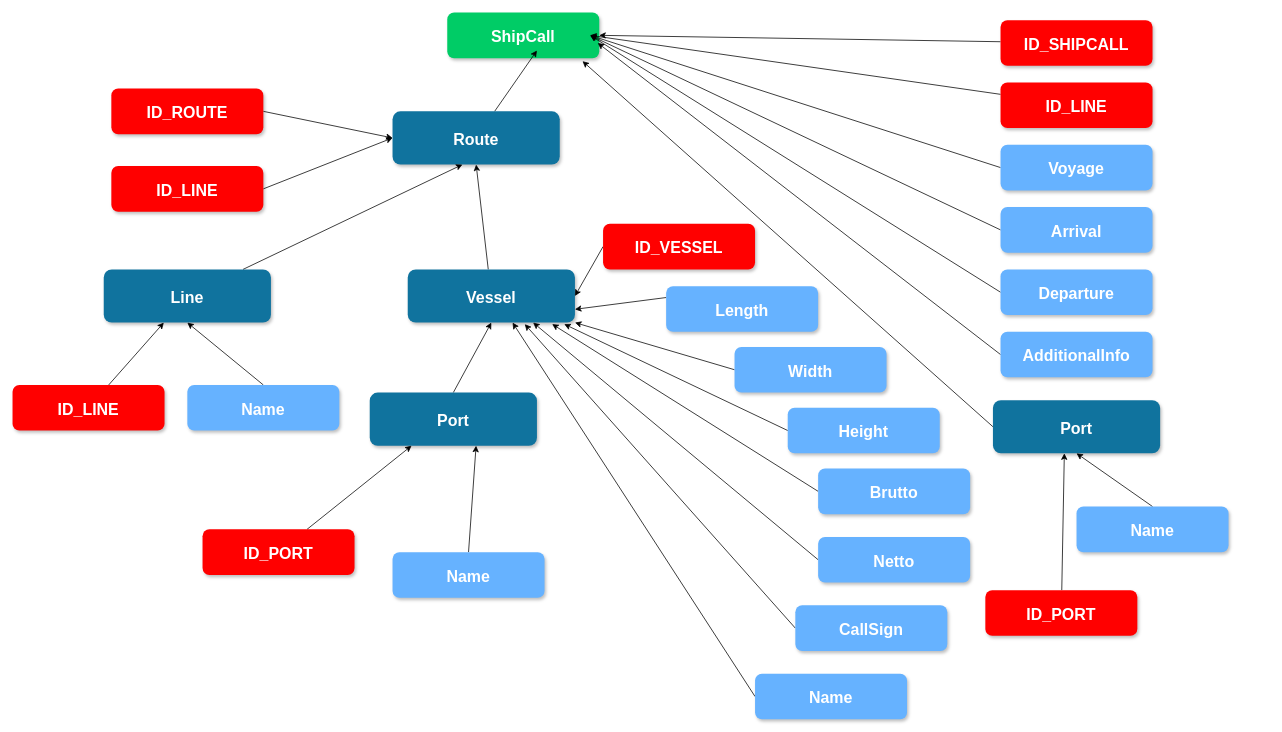
Earlier version of the draw.io diagram htdocs/class_tree.drawio (Leksiqq/DtoKit). Source tidied: cells renumbered, new cells numbered last; positions are measured from the earlier drawing's top-left corner, leaving out a move shared by most shapes. Both pictures are drawn from the tidied source at 76%, with x=0, y=0 at pixel (12, 12).
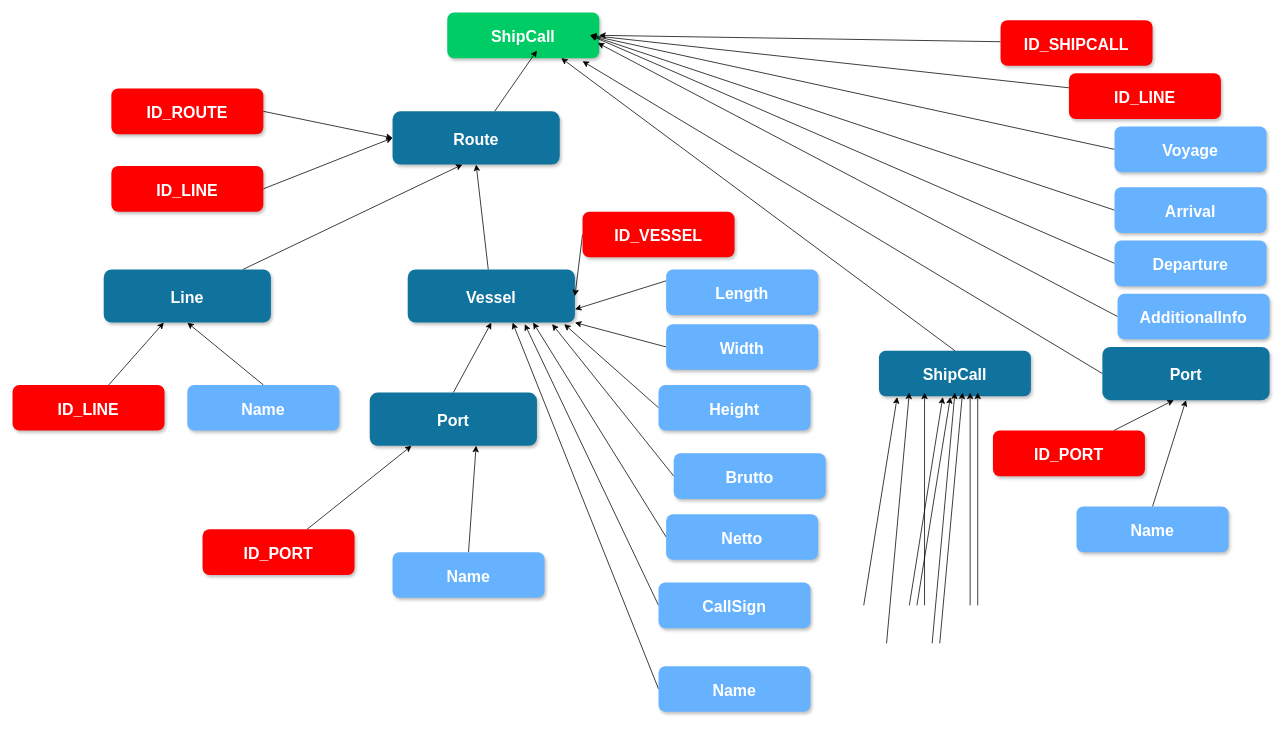
After the change.

Unchanged cells that the change refers to:
```xml
<mxCell id="2" value="ShipCall" style="rounded=1;fillColor=#00CC66;strokeColor=none;shadow=1;gradientColor=none;fontStyle=1;fontColor=#FFFFFF;fontSize=21&#10;;" parent="1" vertex="1">
  <mxGeometry x="572" width="200" height="60" as="geometry" />
</mxCell>
```

The edit, as a diff of the source:
```diff
@@
     <mxCell id="8" value="ID_LINE" style="rounded=1;fillColor=red&#10;;strokeColor=none;shadow=1;gradientColor=none;fontStyle=1;fontColor=#FFFFFF;fontSize=21&#10;;" parent="1" vertex="1">
-      <mxGeometry x="1300" y="92" width="200" height="60" as="geometry" />
+      <mxGeometry x="1390" y="80" width="200" height="60" as="geometry" />
     </mxCell>
@@
     <mxCell id="10" value="Voyage" style="rounded=1;fillColor=#66B2FF;strokeColor=none;shadow=1;gradientColor=none;fontStyle=1;fontColor=#FFFFFF;fontSize=21&#10;;" parent="1" vertex="1">
-      <mxGeometry x="1300" y="174" width="200" height="60" as="geometry" />
+      <mxGeometry x="1450" y="150" width="200" height="60" as="geometry" />
     </mxCell>
@@
     <mxCell id="12" value="Arrival" style="rounded=1;fillColor=#66B2FF;strokeColor=none;shadow=1;gradientColor=none;fontStyle=1;fontColor=#FFFFFF;fontSize=21&#10;;" parent="1" vertex="1">
-      <mxGeometry x="1300" y="256" width="200" height="60" as="geometry" />
+      <mxGeometry x="1450" y="230" width="200" height="60" as="geometry" />
     </mxCell>
@@
     <mxCell id="14" value="Departure" style="rounded=1;fillColor=#66B2FF;strokeColor=none;shadow=1;gradientColor=none;fontStyle=1;fontColor=#FFFFFF;fontSize=21&#10;;" parent="1" vertex="1">
-      <mxGeometry x="1300" y="338" width="200" height="60" as="geometry" />
+      <mxGeometry x="1450" y="300" width="200" height="60" as="geometry" />
     </mxCell>
@@
     <mxCell id="16" value="AdditionalInfo" style="rounded=1;fillColor=#66B2FF;strokeColor=none;shadow=1;gradientColor=none;fontStyle=1;fontColor=#FFFFFF;fontSize=21&#10;;" parent="1" vertex="1">
-      <mxGeometry x="1300" y="420" width="200" height="60" as="geometry" />
+      <mxGeometry x="1454" y="370" width="200" height="60" as="geometry" />
     </mxCell>
@@
     <mxCell id="27" value="Port" style="rounded=1;fillColor=#10739E;strokeColor=none;shadow=1;gradientColor=none;fontStyle=1;fontColor=#FFFFFF;fontSize=21&#10;;" parent="1" vertex="1">
-      <mxGeometry x="1290" y="510" width="220" height="70" as="geometry" />
+      <mxGeometry x="1434" y="440" width="220" height="70" as="geometry" />
     </mxCell>
@@
     <mxCell id="29" value="ID_PORT" style="rounded=1;fillColor=red;strokeColor=none;shadow=1;gradientColor=none;fontStyle=1;fontColor=#FFFFFF;fontSize=21&#10;;" parent="1" vertex="1">
-      <mxGeometry x="1280" y="760" width="200" height="60" as="geometry" />
+      <mxGeometry x="1290" y="550" width="200" height="60" as="geometry" />
     </mxCell>
@@
     <mxCell id="43" value="ID_VESSEL" style="rounded=1;fillColor=red;strokeColor=none;shadow=1;gradientColor=none;fontStyle=1;fontColor=#FFFFFF;fontSize=21&#10;;" parent="1" vertex="1">
-      <mxGeometry x="777" y="278" width="200" height="60" as="geometry" />
+      <mxGeometry x="750" y="262" width="200" height="60" as="geometry" />
     </mxCell>
@@
     <mxCell id="45" value="Length" style="rounded=1;fillColor=#66B2FF;strokeColor=none;shadow=1;gradientColor=none;fontStyle=1;fontColor=#FFFFFF;fontSize=21&#10;;" parent="1" vertex="1">
-      <mxGeometry x="860" y="360" width="200" height="60" as="geometry" />
+      <mxGeometry x="860" y="338" width="200" height="60" as="geometry" />
     </mxCell>
@@
     <mxCell id="47" value="Width" style="rounded=1;fillColor=#66B2FF;strokeColor=none;shadow=1;gradientColor=none;fontStyle=1;fontColor=#FFFFFF;fontSize=21&#10;;" parent="1" vertex="1">
-      <mxGeometry x="950" y="440" width="200" height="60" as="geometry" />
+      <mxGeometry x="860" y="410" width="200" height="60" as="geometry" />
     </mxCell>
@@
     <mxCell id="49" value="Height" style="rounded=1;fillColor=#66B2FF;strokeColor=none;shadow=1;gradientColor=none;fontStyle=1;fontColor=#FFFFFF;fontSize=21&#10;;" parent="1" vertex="1">
-      <mxGeometry x="1020" y="520" width="200" height="60" as="geometry" />
+      <mxGeometry x="850" y="490" width="200" height="60" as="geometry" />
     </mxCell>
@@
     <mxCell id="51" value="Brutto" style="rounded=1;fillColor=#66B2FF;strokeColor=none;shadow=1;gradientColor=none;fontStyle=1;fontColor=#FFFFFF;fontSize=21&#10;;" parent="1" vertex="1">
-      <mxGeometry x="1060" y="600" width="200" height="60" as="geometry" />
+      <mxGeometry x="870" y="580" width="200" height="60" as="geometry" />
     </mxCell>
@@
     <mxCell id="53" value="Netto" style="rounded=1;fillColor=#66B2FF;strokeColor=none;shadow=1;gradientColor=none;fontStyle=1;fontColor=#FFFFFF;fontSize=21&#10;;" parent="1" vertex="1">
-      <mxGeometry x="1060" y="690" width="200" height="60" as="geometry" />
+      <mxGeometry x="860" y="660" width="200" height="60" as="geometry" />
     </mxCell>
@@
     <mxCell id="55" value="CallSign" style="rounded=1;fillColor=#66B2FF;strokeColor=none;shadow=1;gradientColor=none;fontStyle=1;fontColor=#FFFFFF;fontSize=21&#10;;" parent="1" vertex="1">
-      <mxGeometry x="1030" y="780" width="200" height="60" as="geometry" />
+      <mxGeometry x="850" y="750" width="200" height="60" as="geometry" />
     </mxCell>
@@
     <mxCell id="57" value="Name" style="rounded=1;fillColor=#66B2FF;strokeColor=none;shadow=1;gradientColor=none;fontStyle=1;fontColor=#FFFFFF;fontSize=21&#10;;" parent="1" vertex="1">
-      <mxGeometry x="977" y="870" width="200" height="60" as="geometry" />
+      <mxGeometry x="850" y="860" width="200" height="60" as="geometry" />
     </mxCell>
+    <mxCell id="58" value="ShipCall" style="rounded=1;fillColor=#10739E;strokeColor=none;shadow=1;gradientColor=none;fontStyle=1;fontColor=#FFFFFF;fontSize=21&#10;;" parent="1" vertex="1">
+      <mxGeometry x="1140" y="445" width="200" height="60" as="geometry" />
+    </mxCell>
+    <mxCell id="59" style="endArrow=classic;html=1;rounded=0;exitX=0.5;exitY=0;exitDx=0;exitDy=0;entryX=0.75;entryY=1;entryDx=0;entryDy=0;" parent="1" edge="1" source="58" target="2">
+      <mxGeometry relative="1" as="geometry" />
+    </mxCell>
+    <mxCell id="60" style="endArrow=classic;html=1;rounded=0;" parent="1" edge="1">
+      <mxGeometry relative="1" as="geometry">
+        <mxPoint x="1150" y="830" as="sourcePoint" />
+        <mxPoint x="1180" y="500" as="targetPoint" />
+      </mxGeometry>
+    </mxCell>
+    <mxCell id="61" style="endArrow=classic;html=1;rounded=0;" parent="1" edge="1">
+      <mxGeometry relative="1" as="geometry">
+        <mxPoint x="1200" y="780" as="sourcePoint" />
+        <mxPoint x="1200" y="500" as="targetPoint" />
+      </mxGeometry>
+    </mxCell>
+    <mxCell id="62" style="endArrow=classic;html=1;rounded=0;entryX=0.12;entryY=1.017;entryDx=0;entryDy=0;entryPerimeter=0;" parent="1" edge="1" target="58">
+      <mxGeometry relative="1" as="geometry">
+        <mxPoint x="1120" y="780" as="sourcePoint" />
+      </mxGeometry>
+    </mxCell>
+    <mxCell id="63" style="endArrow=classic;html=1;rounded=0;entryX=0.12;entryY=1.017;entryDx=0;entryDy=0;entryPerimeter=0;" parent="1" edge="1">
+      <mxGeometry relative="1" as="geometry">
+        <mxPoint x="1180" y="780" as="sourcePoint" />
+        <mxPoint x="1224" y="506" as="targetPoint" />
+      </mxGeometry>
+    </mxCell>
+    <mxCell id="64" style="endArrow=classic;html=1;rounded=0;" parent="1" edge="1">
+      <mxGeometry relative="1" as="geometry">
+        <mxPoint x="1210" y="830" as="sourcePoint" />
+        <mxPoint x="1240" y="500" as="targetPoint" />
+      </mxGeometry>
+    </mxCell>
+    <mxCell id="65" style="endArrow=classic;html=1;rounded=0;" parent="1" edge="1">
+      <mxGeometry relative="1" as="geometry">
+        <mxPoint x="1260" y="780" as="sourcePoint" />
+        <mxPoint x="1260" y="500" as="targetPoint" />
+      </mxGeometry>
+    </mxCell>
+    <mxCell id="66" style="endArrow=classic;html=1;rounded=0;entryX=0.12;entryY=1.017;entryDx=0;entryDy=0;entryPerimeter=0;" parent="1" edge="1">
+      <mxGeometry relative="1" as="geometry">
+        <mxPoint x="1190" y="780" as="sourcePoint" />
+        <mxPoint x="1234" y="506" as="targetPoint" />
+      </mxGeometry>
+    </mxCell>
+    <mxCell id="67" style="endArrow=classic;html=1;rounded=0;" parent="1" edge="1">
+      <mxGeometry relative="1" as="geometry">
+        <mxPoint x="1220" y="830" as="sourcePoint" />
+        <mxPoint x="1250" y="500" as="targetPoint" />
+      </mxGeometry>
+    </mxCell>
+    <mxCell id="68" style="endArrow=classic;html=1;rounded=0;" parent="1" edge="1">
+      <mxGeometry relative="1" as="geometry">
+        <mxPoint x="1270" y="780" as="sourcePoint" />
+        <mxPoint x="1270" y="500" as="targetPoint" />
+      </mxGeometry>
+    </mxCell>
```
